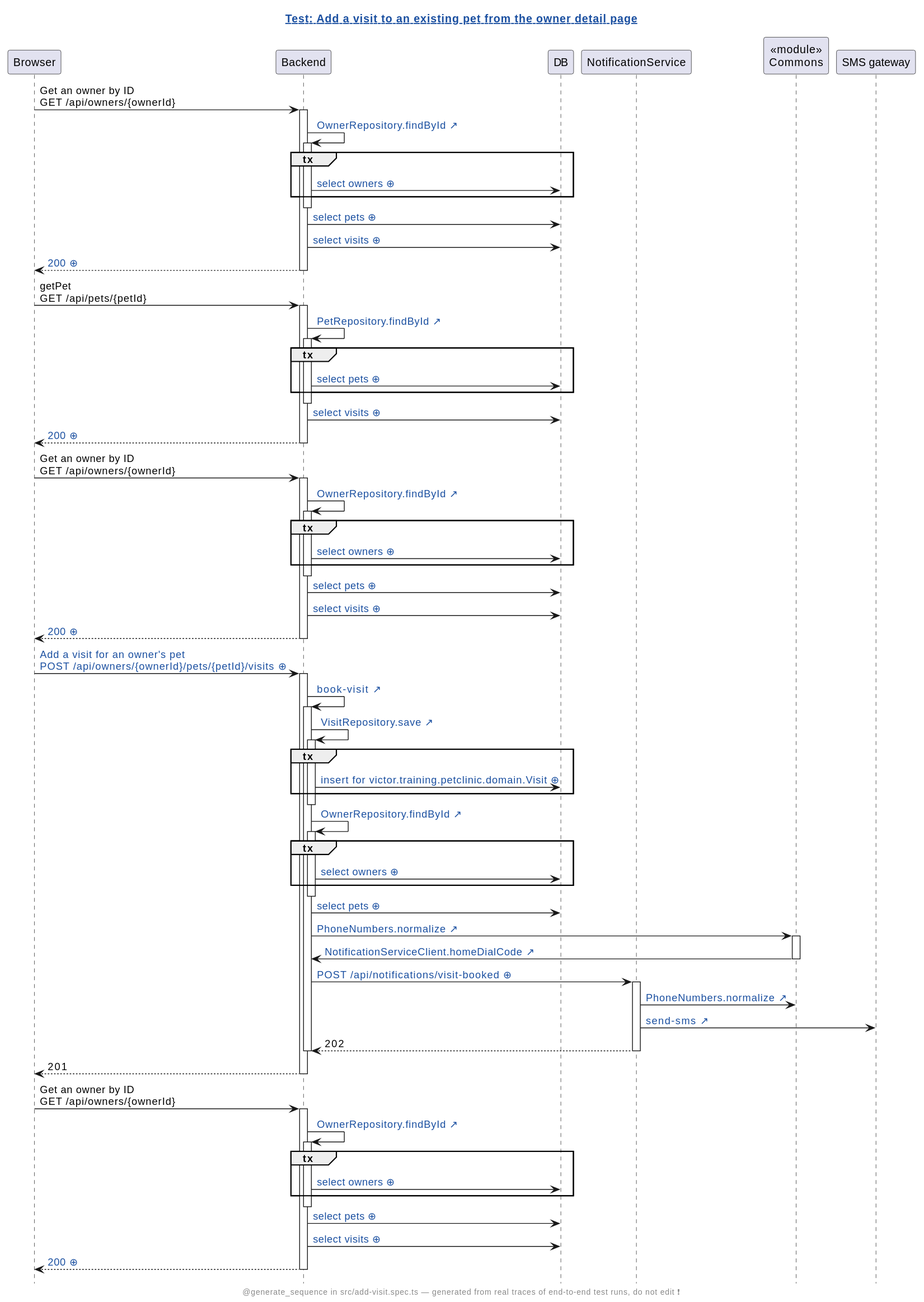
The PlantUML diagram demo/demo2/assets/diagrams/petclinic-test_generated_add-visit.spec.ts.add-a-visit-to-an-existing-pet-from-the-owner-detail-page.genseq.new.svg in victorrentea/human-review, before a commit. Its diagram source:
```plantuml
@startuml
hide footbox
skinparam hyperlinkUnderline false
skinparam hyperlinkColor #1A4FA0
title [[src://petclinic-test/src/add-visit.spec.ts:34{Click to open the test} Test: Add a visit to an existing pet from the owner detail page]]
footer @generate_sequence in src/add-visit.spec.ts — generated from real traces of end-to-end test runs, do not edit ❗
participant Browser
participant Backend
participant DB
participant NotificationService
participant "«module»\nCommons" as Commons
participant "SMS gateway"
Browser -> Backend: Get an owner by ID\nGET /api/owners/{ownerId}
activate Backend
Backend -> Backend: [[src://petclinic-backend/src/main/java/victor/training/petclinic/repository/OwnerRepository.java:14{Click to open OwnerRepository.findById} OwnerRepository.findById ↗]]
activate Backend
group tx
Backend -> DB: [[genseq://0x8aana{Click for the statement behind this call} select owners ⊕]]
end
deactivate Backend
Backend -> DB: [[genseq://18567ho{Click for the statement behind this call} select pets ⊕]]
Backend -> DB: [[genseq://13apewa{Click for the statement behind this call} select visits ⊕]]
Backend --> Browser: [[genseq://0zavcxa{Click for this call’s JSON body} 200 ⊕]]
deactivate Backend
Browser -> Backend: getPet\nGET /api/pets/{petId}
activate Backend
Backend -> Backend: [[src://petclinic-backend/src/main/java/victor/training/petclinic/repository/PetRepository.java:16{Click to open PetRepository.findById} PetRepository.findById ↗]]
activate Backend
group tx
Backend -> DB: [[genseq://0y7w2ps{Click for the statement behind this call} select pets ⊕]]
end
deactivate Backend
Backend -> DB: [[genseq://13apewa{Click for the statement behind this call} select visits ⊕]]
Backend --> Browser: [[genseq://01mmlgx{Click for this call’s JSON body} 200 ⊕]]
deactivate Backend
Browser -> Backend: Get an owner by ID\nGET /api/owners/{ownerId}
activate Backend
Backend -> Backend: [[src://petclinic-backend/src/main/java/victor/training/petclinic/repository/OwnerRepository.java:14{Click to open OwnerRepository.findById} OwnerRepository.findById ↗]]
activate Backend
group tx
Backend -> DB: [[genseq://0x8aana{Click for the statement behind this call} select owners ⊕]]
end
deactivate Backend
Backend -> DB: [[genseq://18567ho{Click for the statement behind this call} select pets ⊕]]
Backend -> DB: [[genseq://13apewa{Click for the statement behind this call} select visits ⊕]]
Backend --> Browser: [[genseq://0zavcxa{Click for this call’s JSON body} 200 ⊕]]
deactivate Backend
Browser -> Backend: [[genseq://02x9q5w{Click for this call’s JSON body} Add a visit for an owner's pet\nPOST /api/owners/{ownerId}/pets/{petId}/visits ⊕]]
activate Backend
Backend -> Backend: [[src://petclinic-backend/src/main/java/victor/training/petclinic/rest/OwnerRestController.java:183{Click to open OwnerRestController.bookVisit} book-visit ↗]]
activate Backend
Backend -> Backend: [[src://petclinic-backend/src/main/java/victor/training/petclinic/repository/VisitRepository.java:16{Click to open VisitRepository.save} VisitRepository.save ↗]]
activate Backend
group tx
Backend -> DB: [[genseq://1h7wtb7{Click for the statement behind this call} insert for victor.training.petclinic.domain.Visit ⊕]]
end
deactivate Backend
Backend -> Backend: [[src://petclinic-backend/src/main/java/victor/training/petclinic/repository/OwnerRepository.java:14{Click to open OwnerRepository.findById} OwnerRepository.findById ↗]]
activate Backend
group tx
Backend -> DB: [[genseq://0x8aana{Click for the statement behind this call} select owners ⊕]]
end
deactivate Backend
Backend -> DB: [[genseq://18567ho{Click for the statement behind this call} select pets ⊕]]
Backend -> Commons: [[src://petclinic-commons/src/main/java/victor/training/commons/PhoneNumbers.java:14{Click to open PhoneNumbers.normalize} PhoneNumbers.normalize ↗]]
activate Commons
Commons -> Backend: [[src://petclinic-backend/src/main/java/victor/training/petclinic/notification/NotificationServiceClient.java:45{Click to open NotificationServiceClient.homeDialCode} NotificationServiceClient.homeDialCode ↗]]
deactivate Commons
Backend -> NotificationService: [[genseq://1p4ogm5{Click for this call’s JSON body} POST /api/notifications/visit-booked ⊕]]
activate NotificationService
NotificationService -> Commons: [[src://petclinic-commons/src/main/java/victor/training/commons/PhoneNumbers.java:8{Click to open PhoneNumbers.normalize} PhoneNumbers.normalize ↗]]
NotificationService -> "SMS gateway": [[src://notification-service/src/main/java/victor/training/notification/SmsGateway.java:23{Click to open SmsGateway.send} send-sms ↗]]
NotificationService --> Backend: 202
deactivate NotificationService
deactivate Backend
Backend --> Browser: 201
deactivate Backend
Browser -> Backend: Get an owner by ID\nGET /api/owners/{ownerId}
activate Backend
Backend -> Backend: [[src://petclinic-backend/src/main/java/victor/training/petclinic/repository/OwnerRepository.java:14{Click to open OwnerRepository.findById} OwnerRepository.findById ↗]]
activate Backend
group tx
Backend -> DB: [[genseq://0x8aana{Click for the statement behind this call} select owners ⊕]]
end
deactivate Backend
Backend -> DB: [[genseq://18567ho{Click for the statement behind this call} select pets ⊕]]
Backend -> DB: [[genseq://13apewa{Click for the statement behind this call} select visits ⊕]]
Backend --> Browser: [[genseq://17uwyy4{Click for this call’s JSON body} 200 ⊕]]
deactivate Backend
@enduml
```
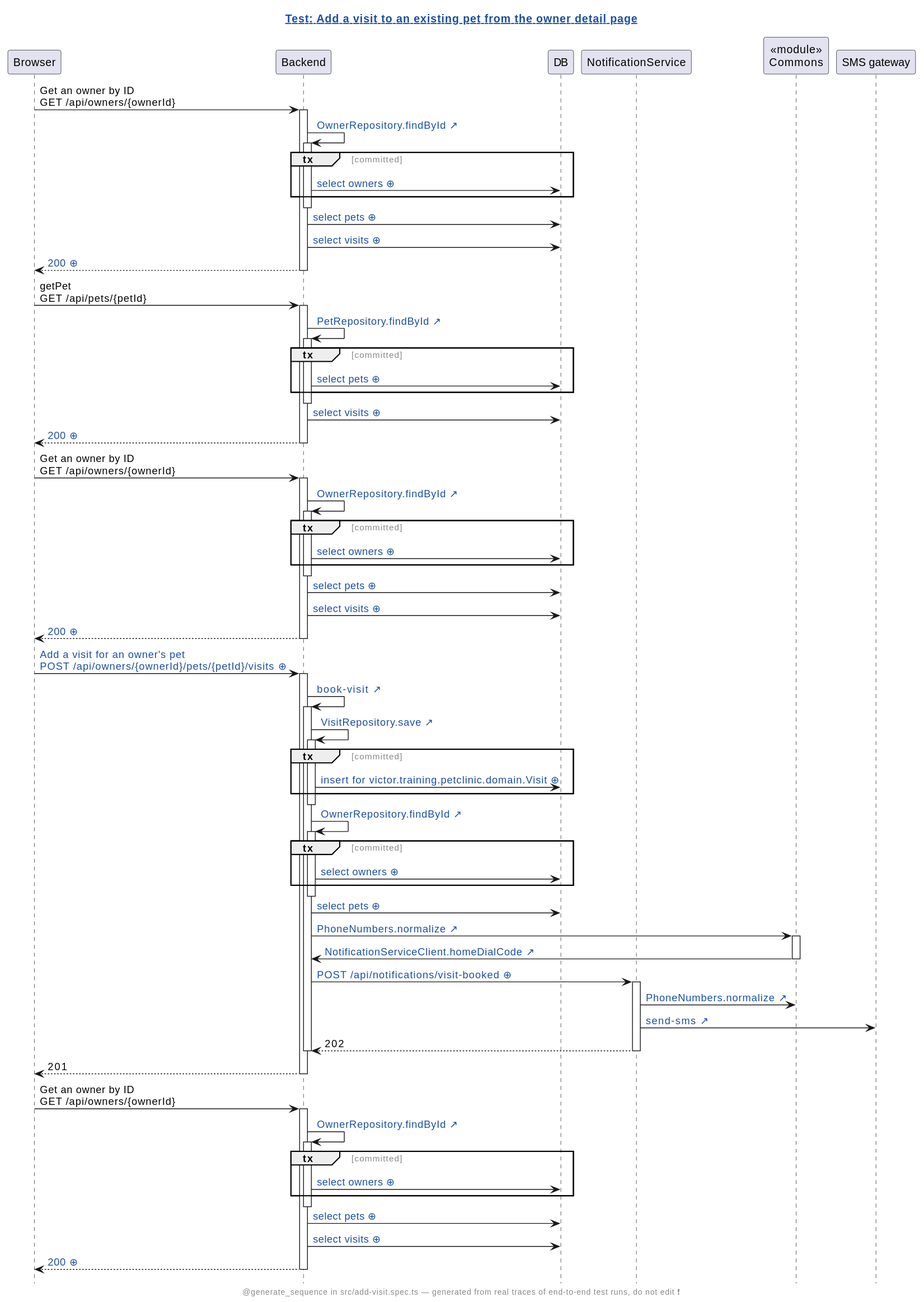
The same diagram one commit later.

Change to the diagram source:
```diff
@@ -2,6 +2,8 @@
 hide footbox
 skinparam hyperlinkUnderline false
 skinparam hyperlinkColor #1A4FA0
+skinparam sequenceGroupFontColor #888888
+skinparam sequenceGroupFontStyle plain
 title [[src://petclinic-test/src/add-visit.spec.ts:34{Click to open the test} Test: Add a visit to an existing pet from the owner detail page]]
 footer @generate_sequence in src/add-visit.spec.ts — generated from real traces of end-to-end test runs, do not edit ❗
 participant Browser
@@ -14,7 +16,7 @@
 activate Backend
 Backend -> Backend: [[src://petclinic-backend/src/main/java/victor/training/petclinic/repository/OwnerRepository.java:14{Click to open OwnerRepository.findById} OwnerRepository.findById ↗]]
 activate Backend
-group tx
+group tx [committed]
 Backend -> DB: [[genseq://0x8aana{Click for the statement behind this call} select owners ⊕]]
 end
 deactivate Backend
@@ -26,7 +28,7 @@
 activate Backend
 Backend -> Backend: [[src://petclinic-backend/src/main/java/victor/training/petclinic/repository/PetRepository.java:16{Click to open PetRepository.findById} PetRepository.findById ↗]]
 activate Backend
-group tx
+group tx [committed]
 Backend -> DB: [[genseq://0y7w2ps{Click for the statement behind this call} select pets ⊕]]
 end
 deactivate Backend
@@ -37,7 +39,7 @@
 activate Backend
 Backend -> Backend: [[src://petclinic-backend/src/main/java/victor/training/petclinic/repository/OwnerRepository.java:14{Click to open OwnerRepository.findById} OwnerRepository.findById ↗]]
 activate Backend
-group tx
+group tx [committed]
 Backend -> DB: [[genseq://0x8aana{Click for the statement behind this call} select owners ⊕]]
 end
 deactivate Backend
@@ -51,13 +53,13 @@
 activate Backend
 Backend -> Backend: [[src://petclinic-backend/src/main/java/victor/training/petclinic/repository/VisitRepository.java:16{Click to open VisitRepository.save} VisitRepository.save ↗]]
 activate Backend
-group tx
+group tx [committed]
 Backend -> DB: [[genseq://1h7wtb7{Click for the statement behind this call} insert for victor.training.petclinic.domain.Visit ⊕]]
 end
 deactivate Backend
 Backend -> Backend: [[src://petclinic-backend/src/main/java/victor/training/petclinic/repository/OwnerRepository.java:14{Click to open OwnerRepository.findById} OwnerRepository.findById ↗]]
 activate Backend
-group tx
+group tx [committed]
 Backend -> DB: [[genseq://0x8aana{Click for the statement behind this call} select owners ⊕]]
 end
 deactivate Backend
@@ -79,7 +81,7 @@
 activate Backend
 Backend -> Backend: [[src://petclinic-backend/src/main/java/victor/training/petclinic/repository/OwnerRepository.java:14{Click to open OwnerRepository.findById} OwnerRepository.findById ↗]]
 activate Backend
-group tx
+group tx [committed]
 Backend -> DB: [[genseq://0x8aana{Click for the statement behind this call} select owners ⊕]]
 end
 deactivate Backend
```
